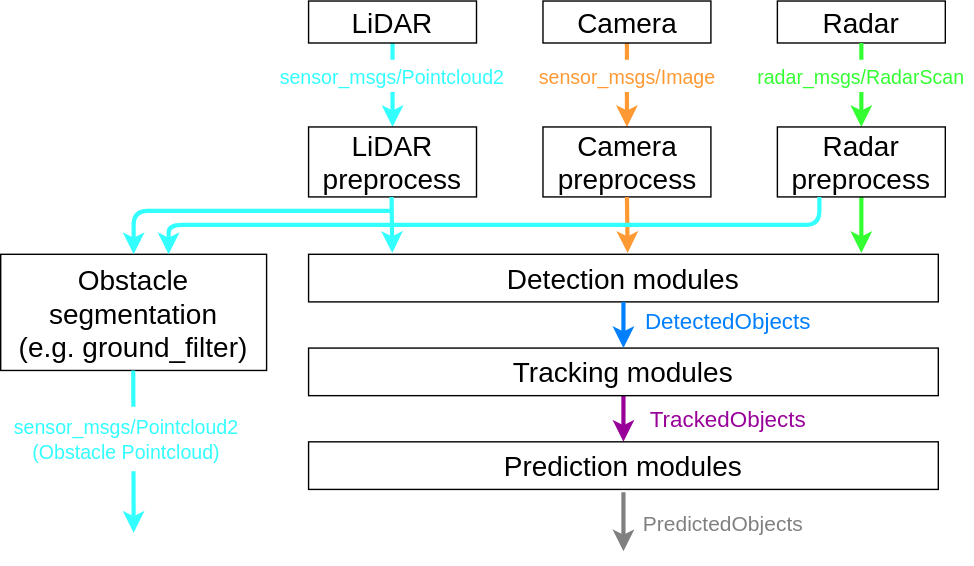
Above: sensing/figure/sensing_pipeline.drawio.svg in scepter914/autoware-architecture-proposal (draw.io), before the change. Source tidied: cells renumbered, new cells last; positions are measured from the earlier drawing's top-left corner, leaving out a move shared by most shapes.
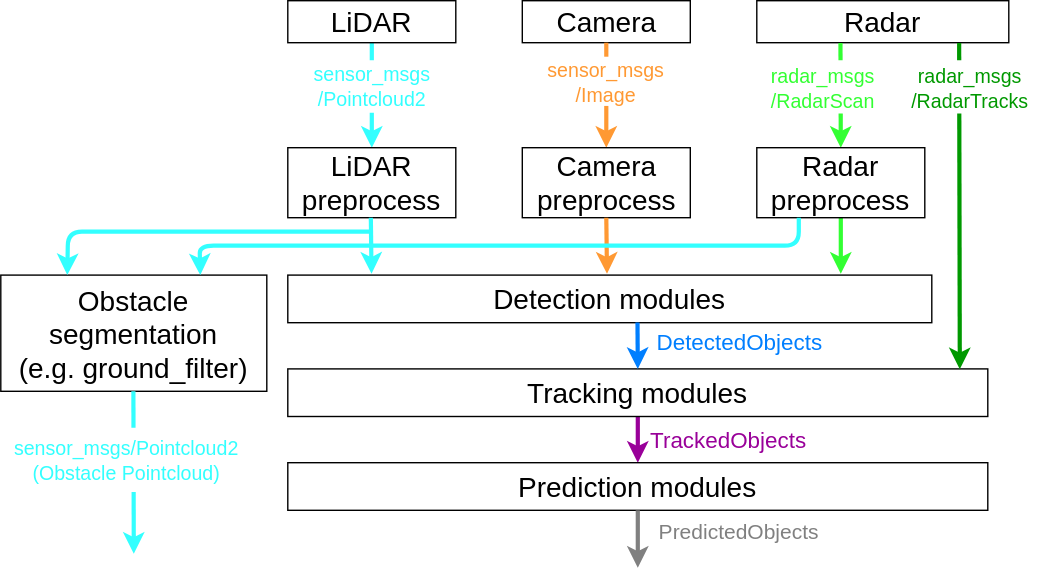
The same file after the commit.

Commit message:
add RadarTrack in sensing pipeline figure

What changed in the source:
```diff
@@ -2,100 +2,94 @@
   <root>
     <mxCell id="0" />
     <mxCell id="1" parent="0" />
-    <mxCell id="2" style="endArrow=classic;html=1;strokeWidth=3;exitX=0.5;exitY=1;exitDx=0;exitDy=0;fillColor=#60a917;strokeColor=#FF9933;entryX=0.5;entryY=0;entryDx=0;entryDy=0;" parent="1" edge="1" source="10" target="11">
+    <mxCell id="2" style="endArrow=classic;html=1;strokeWidth=3;exitX=0.5;exitY=1;exitDx=0;exitDy=0;fillColor=#60a917;strokeColor=#FF9933;entryX=0.5;entryY=0;entryDx=0;entryDy=0;startArrow=none;" parent="1" edge="1" source="12" target="11">
       <mxGeometry relative="1" as="geometry" />
     </mxCell>
     <mxCell id="3" value="&lt;font style=&quot;font-size: 20px&quot;&gt;Radar&lt;br&gt;&lt;/font&gt;" style="rounded=0;whiteSpace=wrap;html=1;" parent="1" vertex="1">
-      <mxGeometry x="555" width="120" height="30" as="geometry" />
+      <mxGeometry x="540" y="-15" width="180" height="30" as="geometry" />
     </mxCell>
     <mxCell id="4" style="endArrow=classic;html=1;strokeWidth=3;exitX=0.5;exitY=1;exitDx=0;exitDy=0;fillColor=#60a917;strokeColor=#33FF33;" parent="1" edge="1" source="7">
       <mxGeometry relative="1" as="geometry">
-        <mxPoint x="615" y="180" as="targetPoint" />
+        <mxPoint x="600" y="180" as="targetPoint" />
       </mxGeometry>
     </mxCell>
     <mxCell id="5" value="&lt;font style=&quot;font-size: 20px&quot;&gt;Detection modules&lt;br&gt;&lt;/font&gt;" style="rounded=0;whiteSpace=wrap;html=1;" parent="1" vertex="1">
-      <mxGeometry x="220" y="181" width="450" height="34" as="geometry" />
+      <mxGeometry x="205" y="181" width="460" height="34" as="geometry" />
     </mxCell>
-    <mxCell id="6" style="endArrow=classic;html=1;strokeWidth=3;exitX=0.5;exitY=1;exitDx=0;exitDy=0;fillColor=#60a917;strokeColor=#33FF33;entryX=0.5;entryY=0;entryDx=0;entryDy=0;" parent="1" edge="1" source="3" target="7">
+    <mxCell id="6" style="endArrow=classic;html=1;strokeWidth=3;exitX=0.332;exitY=1.005;exitDx=0;exitDy=0;fillColor=#60a917;strokeColor=#33FF33;entryX=0.5;entryY=0;entryDx=0;entryDy=0;exitPerimeter=0;" parent="1" edge="1" source="3" target="7">
       <mxGeometry relative="1" as="geometry" />
     </mxCell>
     <mxCell id="7" value="&lt;font style=&quot;font-size: 20px&quot;&gt;Radar preprocess&lt;br&gt;&lt;/font&gt;" style="rounded=0;whiteSpace=wrap;html=1;" parent="1" vertex="1">
-      <mxGeometry x="555" y="90" width="120" height="50" as="geometry" />
+      <mxGeometry x="540" y="90" width="120" height="50" as="geometry" />
     </mxCell>
-    <mxCell id="8" value="&lt;font&gt;&lt;font style=&quot;font-size: 14px&quot; color=&quot;#33ff33&quot;&gt;radar_msgs/RadarScan&lt;/font&gt;&lt;br&gt;&lt;/font&gt;" style="text;html=1;strokeColor=none;fillColor=default;align=center;verticalAlign=middle;whiteSpace=wrap;rounded=1;fontSize=15;" parent="1" vertex="1">
-      <mxGeometry x="535" y="42" width="160" height="23" as="geometry" />
+    <mxCell id="8" value="&lt;font&gt;&lt;font style=&quot;font-size: 14px&quot; color=&quot;#33ff33&quot;&gt;radar_msgs&lt;br&gt;/RadarScan&lt;/font&gt;&lt;br&gt;&lt;/font&gt;" style="text;html=1;strokeColor=none;fillColor=default;align=center;verticalAlign=middle;whiteSpace=wrap;rounded=1;fontSize=15;" parent="1" vertex="1">
+      <mxGeometry x="540" y="27.5" width="95" height="38" as="geometry" />
     </mxCell>
-    <mxCell id="9" style="endArrow=classic;html=1;strokeWidth=3;exitX=0.5;exitY=1;exitDx=0;exitDy=0;fillColor=#60a917;strokeColor=#990099;" parent="1" edge="1" source="13">
-      <mxGeometry relative="1" as="geometry">
-        <mxPoint x="445" y="315" as="targetPoint" />
-      </mxGeometry>
+    <mxCell id="9" style="endArrow=classic;html=1;strokeWidth=3;exitX=0.5;exitY=1;exitDx=0;exitDy=0;fillColor=#60a917;strokeColor=#990099;entryX=0.5;entryY=0;entryDx=0;entryDy=0;" parent="1" edge="1" source="13" target="25">
+      <mxGeometry relative="1" as="geometry" />
     </mxCell>
     <mxCell id="10" value="&lt;font style=&quot;font-size: 20px&quot;&gt;Camera&lt;br&gt;&lt;/font&gt;" style="rounded=0;whiteSpace=wrap;html=1;" parent="1" vertex="1">
-      <mxGeometry x="387.5" width="120" height="30" as="geometry" />
+      <mxGeometry x="372.5" y="-15" width="120" height="30" as="geometry" />
     </mxCell>
     <mxCell id="11" value="&lt;font style=&quot;font-size: 20px&quot;&gt;Camera preprocess&lt;br&gt;&lt;/font&gt;" style="rounded=0;whiteSpace=wrap;html=1;" parent="1" vertex="1">
-      <mxGeometry x="387.5" y="90" width="120" height="50" as="geometry" />
+      <mxGeometry x="372.5" y="90" width="120" height="50" as="geometry" />
     </mxCell>
-    <mxCell id="12" value="&lt;font&gt;&lt;font style=&quot;font-size: 14px&quot; color=&quot;#ff9933&quot;&gt;sensor_msgs/Image&lt;/font&gt;&lt;br&gt;&lt;/font&gt;" style="text;html=1;strokeColor=none;fillColor=default;align=center;verticalAlign=middle;whiteSpace=wrap;rounded=1;fontSize=15;" parent="1" vertex="1">
-      <mxGeometry x="377.5" y="42" width="140" height="23" as="geometry" />
-    </mxCell>
     <mxCell id="13" value="&lt;font style=&quot;font-size: 20px&quot;&gt;Tracking modules&lt;br&gt;&lt;/font&gt;" style="rounded=0;whiteSpace=wrap;html=1;" parent="1" vertex="1">
-      <mxGeometry x="220" y="248" width="450" height="34" as="geometry" />
+      <mxGeometry x="205" y="248" width="500" height="34" as="geometry" />
     </mxCell>
     <mxCell id="14" value="&lt;font style=&quot;font-size: 16px&quot;&gt;&lt;font color=&quot;#990099&quot;&gt;TrackedObjects&lt;/font&gt;&lt;br&gt;&lt;/font&gt;" style="text;html=1;strokeColor=none;fillColor=none;align=center;verticalAlign=middle;whiteSpace=wrap;rounded=0;fontSize=15;" parent="1" vertex="1">
       <mxGeometry x="485" y="290" width="70" height="18" as="geometry" />
     </mxCell>
-    <mxCell id="15" style="endArrow=classic;html=1;strokeWidth=3;exitX=0.5;exitY=1;exitDx=0;exitDy=0;fillColor=#60a917;strokeColor=#007FFF;entryX=0.5;entryY=0;entryDx=0;entryDy=0;" parent="1" edge="1" source="5" target="13">
+    <mxCell id="15" style="endArrow=classic;html=1;strokeWidth=3;exitX=0.543;exitY=0.995;exitDx=0;exitDy=0;fillColor=#60a917;strokeColor=#007FFF;entryX=0.5;entryY=0;entryDx=0;entryDy=0;exitPerimeter=0;" parent="1" edge="1" source="5" target="13">
       <mxGeometry relative="1" as="geometry" />
     </mxCell>
     <mxCell id="16" value="&lt;font style=&quot;font-size: 16px&quot;&gt;&lt;font color=&quot;#007fff&quot;&gt;DetectedObjects&lt;/font&gt;&lt;br&gt;&lt;/font&gt;" style="text;html=1;strokeColor=none;fillColor=none;align=center;verticalAlign=middle;whiteSpace=wrap;rounded=0;fontSize=15;" parent="1" vertex="1">
-      <mxGeometry x="485" y="220" width="70" height="18" as="geometry" />
+      <mxGeometry x="492.5" y="220" width="70" height="18" as="geometry" />
     </mxCell>
     <mxCell id="17" style="endArrow=classic;html=1;strokeWidth=3;exitX=0.5;exitY=1;exitDx=0;exitDy=0;fillColor=#60a917;strokeColor=#FF9933;" parent="1" edge="1" source="11">
       <mxGeometry relative="1" as="geometry">
-        <mxPoint x="448" y="180" as="targetPoint" />
+        <mxPoint x="433" y="180" as="targetPoint" />
       </mxGeometry>
     </mxCell>
     <mxCell id="18" style="endArrow=classic;html=1;strokeWidth=3;exitX=0.5;exitY=1;exitDx=0;exitDy=0;fillColor=#60a917;strokeColor=#33FFFF;entryX=0.5;entryY=0;entryDx=0;entryDy=0;" parent="1" edge="1" source="19" target="20">
       <mxGeometry relative="1" as="geometry" />
     </mxCell>
     <mxCell id="19" value="&lt;font style=&quot;font-size: 20px&quot;&gt;LiDAR&lt;br&gt;&lt;/font&gt;" style="rounded=0;whiteSpace=wrap;html=1;" parent="1" vertex="1">
-      <mxGeometry x="220" width="120" height="30" as="geometry" />
+      <mxGeometry x="205" y="-15" width="120" height="30" as="geometry" />
     </mxCell>
     <mxCell id="20" value="&lt;font style=&quot;font-size: 20px&quot;&gt;LiDAR preprocess&lt;br&gt;&lt;/font&gt;" style="rounded=0;whiteSpace=wrap;html=1;" parent="1" vertex="1">
-      <mxGeometry x="220" y="90" width="120" height="50" as="geometry" />
+      <mxGeometry x="205" y="90" width="120" height="50" as="geometry" />
     </mxCell>
-    <mxCell id="21" value="&lt;font&gt;&lt;font style=&quot;font-size: 14px&quot; color=&quot;#33ffff&quot;&gt;sensor_msgs/Pointcloud2&lt;/font&gt;&lt;br&gt;&lt;/font&gt;" style="text;html=1;strokeColor=none;fillColor=default;align=center;verticalAlign=middle;whiteSpace=wrap;rounded=1;fontSize=15;" parent="1" vertex="1">
-      <mxGeometry x="195" y="42" width="170" height="23" as="geometry" />
+    <mxCell id="21" value="&lt;font&gt;&lt;font style=&quot;font-size: 14px&quot; color=&quot;#33ffff&quot;&gt;sensor_msgs&lt;br&gt;/Pointcloud2&lt;/font&gt;&lt;br&gt;&lt;/font&gt;" style="text;html=1;strokeColor=none;fillColor=default;align=center;verticalAlign=middle;whiteSpace=wrap;rounded=1;fontSize=15;" parent="1" vertex="1">
+      <mxGeometry x="212.5" y="27.5" width="105" height="37.5" as="geometry" />
     </mxCell>
     <mxCell id="22" style="endArrow=classic;html=1;strokeWidth=3;exitX=0.5;exitY=1;exitDx=0;exitDy=0;fillColor=#60a917;strokeColor=#33FFFF;" parent="1" edge="1">
       <mxGeometry relative="1" as="geometry">
-        <mxPoint x="279.3" y="140" as="sourcePoint" />
-        <mxPoint x="279.8" y="180" as="targetPoint" />
+        <mxPoint x="264.3" y="140" as="sourcePoint" />
+        <mxPoint x="264.8" y="180" as="targetPoint" />
       </mxGeometry>
     </mxCell>
     <mxCell id="23" value="&lt;font style=&quot;font-size: 20px&quot;&gt;Obstacle segmentation&lt;br&gt;(e.g. ground_filter)&lt;br&gt;&lt;/font&gt;" style="rounded=0;whiteSpace=wrap;html=1;" parent="1" vertex="1">
       <mxGeometry y="181" width="190" height="83" as="geometry" />
     </mxCell>
-    <mxCell id="24" style="endArrow=classic;html=1;strokeWidth=3;fillColor=#60a917;strokeColor=#33FFFF;entryX=0.5;entryY=0;entryDx=0;entryDy=0;" parent="1" edge="1" target="23">
+    <mxCell id="24" style="endArrow=classic;html=1;strokeWidth=3;fillColor=#60a917;strokeColor=#33FFFF;entryX=0.25;entryY=0;entryDx=0;entryDy=0;" parent="1" edge="1" target="23">
       <mxGeometry relative="1" as="geometry">
-        <mxPoint x="280" y="150" as="sourcePoint" />
+        <mxPoint x="265" y="150" as="sourcePoint" />
         <Array as="points">
-          <mxPoint x="95" y="150" />
+          <mxPoint x="48" y="150" />
         </Array>
       </mxGeometry>
     </mxCell>
     <mxCell id="25" value="&lt;font style=&quot;font-size: 20px&quot;&gt;Prediction modules&lt;br&gt;&lt;/font&gt;" style="rounded=0;whiteSpace=wrap;html=1;" parent="1" vertex="1">
-      <mxGeometry x="220" y="315" width="450" height="34" as="geometry" />
+      <mxGeometry x="205" y="315" width="500" height="34" as="geometry" />
     </mxCell>
-    <mxCell id="26" style="endArrow=classic;html=1;entryX=0.5;entryY=0;entryDx=0;entryDy=0;strokeWidth=3;shadow=0;fillColor=#60a917;strokeColor=#808080;exitX=0.5;exitY=1;exitDx=0;exitDy=0;" parent="1" edge="1">
+    <mxCell id="26" style="endArrow=classic;html=1;strokeWidth=3;shadow=0;fillColor=#60a917;strokeColor=#808080;exitX=0.5;exitY=1;exitDx=0;exitDy=0;" parent="1" edge="1" source="25">
       <mxGeometry relative="1" as="geometry">
-        <mxPoint x="445" y="351" as="sourcePoint" />
-        <mxPoint x="445" y="393.2" as="targetPoint" />
+        <mxPoint x="455" y="390" as="targetPoint" />
       </mxGeometry>
     </mxCell>
     <mxCell id="27" value="&lt;font&gt;&lt;font color=&quot;#808080&quot; style=&quot;font-size: 15px&quot;&gt;PredictedObjects&lt;/font&gt;&lt;br&gt;&lt;/font&gt;" style="text;html=1;strokeColor=none;fillColor=none;align=center;verticalAlign=middle;whiteSpace=wrap;rounded=0;fontSize=15;" parent="1" vertex="1">
-      <mxGeometry x="455" y="358" width="122.6" height="30" as="geometry" />
+      <mxGeometry x="466.2" y="349" width="122.6" height="30" as="geometry" />
     </mxCell>
     <mxCell id="28" style="endArrow=classic;html=1;strokeWidth=3;exitX=0.5;exitY=1;exitDx=0;exitDy=0;fillColor=#60a917;strokeColor=#33FFFF;" parent="1" edge="1">
       <mxGeometry relative="1" as="geometry">
@@ -103,17 +97,28 @@
         <mxPoint x="95" y="380" as="targetPoint" />
       </mxGeometry>
     </mxCell>
-    <mxCell id="29" style="endArrow=classic;html=1;strokeWidth=3;fillColor=#60a917;strokeColor=#33FFFF;entryX=0.5;entryY=0;entryDx=0;entryDy=0;exitX=0.25;exitY=1;exitDx=0;exitDy=0;" parent="1" edge="1" source="7">
+    <mxCell id="29" style="endArrow=classic;html=1;strokeWidth=3;fillColor=#60a917;strokeColor=#33FFFF;entryX=0.75;entryY=0;entryDx=0;entryDy=0;exitX=0.25;exitY=1;exitDx=0;exitDy=0;" parent="1" edge="1" source="7" target="23">
       <mxGeometry relative="1" as="geometry">
-        <mxPoint x="120" y="181" as="targetPoint" />
         <Array as="points">
-          <mxPoint x="585" y="160" />
-          <mxPoint x="120" y="160" />
+          <mxPoint x="570" y="160" />
+          <mxPoint x="142" y="160" />
         </Array>
       </mxGeometry>
     </mxCell>
     <mxCell id="30" value="&lt;font&gt;&lt;font style=&quot;font-size: 14px&quot; color=&quot;#33ffff&quot;&gt;sensor_msgs/Pointcloud2&lt;br&gt;&lt;/font&gt;&lt;span style=&quot;color: rgb(51 , 255 , 255) ; font-family: &amp;#34;helvetica&amp;#34; ; font-size: 14px&quot;&gt;(Obstacle Pointcloud)&lt;/span&gt;&lt;br&gt;&lt;/font&gt;" style="text;html=1;strokeColor=none;fillColor=default;align=center;verticalAlign=middle;whiteSpace=wrap;rounded=1;fontSize=15;" parent="1" vertex="1">
       <mxGeometry x="5" y="290" width="170" height="46" as="geometry" />
     </mxCell>
+    <mxCell id="31" style="endArrow=classic;html=1;strokeWidth=3;exitX=0.803;exitY=1.005;exitDx=0;exitDy=0;fillColor=#60a917;strokeColor=#009900;exitPerimeter=0;entryX=0.96;entryY=0.006;entryDx=0;entryDy=0;entryPerimeter=0;" parent="1" edge="1" source="3" target="13">
+      <mxGeometry relative="1" as="geometry" />
+    </mxCell>
+    <mxCell id="32" value="&lt;font&gt;&lt;font style=&quot;font-size: 14px&quot; color=&quot;#009900&quot;&gt;radar_msgs&lt;br&gt;/RadarTracks&lt;/font&gt;&lt;br&gt;&lt;/font&gt;" style="text;html=1;strokeColor=none;fillColor=default;align=center;verticalAlign=middle;whiteSpace=wrap;rounded=1;fontSize=15;" parent="1" vertex="1">
+      <mxGeometry x="645" y="27.5" width="95" height="38" as="geometry" />
+    </mxCell>
+    <mxCell id="12" value="&lt;font&gt;&lt;font style=&quot;font-size: 14px&quot; color=&quot;#ff9933&quot;&gt;sensor_msgs&lt;br&gt;/Image&lt;/font&gt;&lt;br&gt;&lt;/font&gt;" style="text;html=1;strokeColor=none;fillColor=default;align=center;verticalAlign=middle;whiteSpace=wrap;rounded=1;fontSize=15;" parent="1" vertex="1">
+      <mxGeometry x="386.2" y="25" width="92.5" height="35" as="geometry" />
+    </mxCell>
+    <mxCell id="33" style="endArrow=none;html=1;strokeWidth=3;exitX=0.5;exitY=1;exitDx=0;exitDy=0;fillColor=#60a917;strokeColor=#FF9933;entryX=0.5;entryY=0;entryDx=0;entryDy=0;" parent="1" edge="1" source="10" target="12">
+      <mxGeometry relative="1" as="geometry" />
+    </mxCell>
   </root>
 </mxGraphModel>
```
